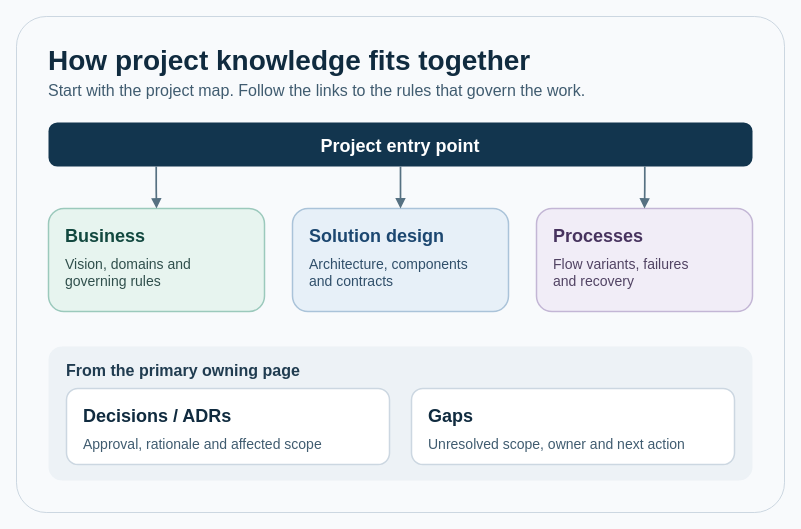
This is docs/assets/project-knowledge.drawio from sebastianwessel/skills, a draw.io file, before an edit. Source tidied: cells renumbered, new cells numbered last; positions are measured from the earlier drawing's top-left corner, leaving out a move shared by most shapes. Both pictures are drawn from the tidied source at 100%, with x=0, y=0 at pixel (16, 16).
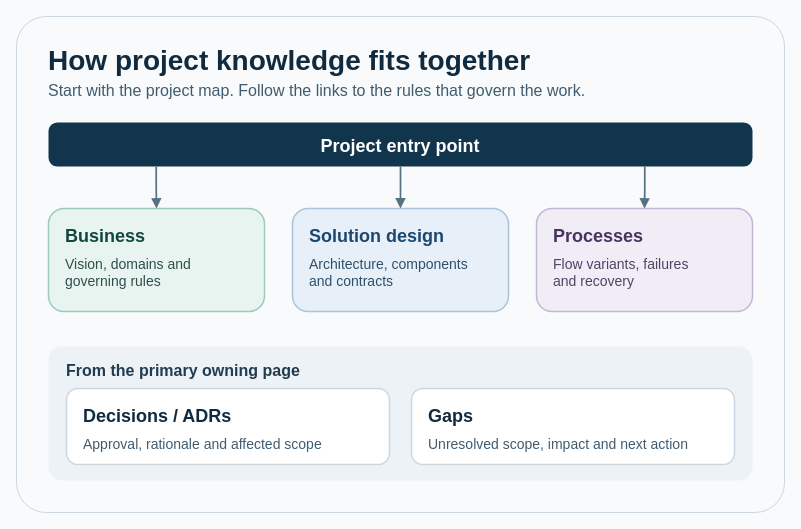
After the change.

Diff of the diagram source:
```diff
@@
-    <mxCell id="25" value="Unresolved scope, owner and next action" style="fontFamily=Arial;verticalAlign=middle;html=0;text;strokeColor=none;fillColor=none;align=left;spacing=0;fontColor=#405c70;fontSize=14;fontStyle=0;" parent="1" vertex="1">
+    <mxCell id="25" value="Unresolved scope, impact and next action" style="fontFamily=Arial;verticalAlign=middle;html=0;text;strokeColor=none;fillColor=none;align=left;spacing=0;fontColor=#405c70;fontSize=14;fontStyle=0;" parent="1" vertex="1">
       <mxGeometry x="412" y="415" width="289" height="24" as="geometry" />
     </mxCell>
```
